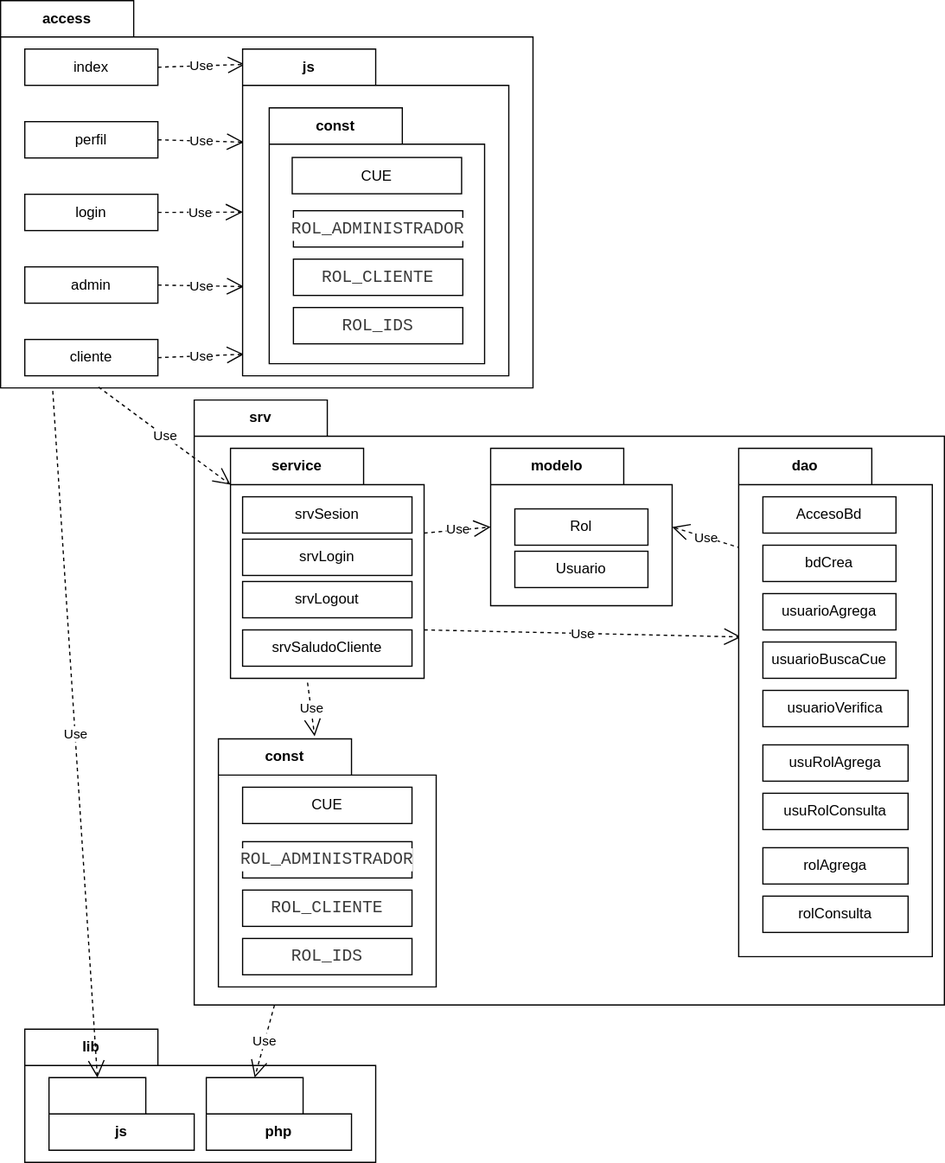
Earlier version of the draw.io export img/m19aut/autpaquetes.drawio.svg (gilpgawoas/gilpgawoas.github.io). Source tidied: cells renumbered, new cells last; positions are measured from the earlier drawing's top-left corner, leaving out a move shared by most shapes. The source it was exported from:
```xml
<mxGraphModel>
  <root>
    <mxCell id="0" />
    <mxCell id="1" parent="0" />
    <mxCell id="2" value="lib" style="shape=folder;fontStyle=1;tabWidth=110;tabHeight=30;tabPosition=left;html=1;boundedLbl=1;labelInHeader=1;whiteSpace=wrap;" parent="1" vertex="1">
      <mxGeometry x="20" y="850" width="290" height="110" as="geometry" />
    </mxCell>
    <mxCell id="3" value="js" style="shape=folder;fontStyle=1;tabWidth=80;tabHeight=30;tabPosition=left;html=1;boundedLbl=1;whiteSpace=wrap;" parent="2" vertex="1">
      <mxGeometry x="20" y="40" width="120" height="60" as="geometry" />
    </mxCell>
    <mxCell id="4" value="php" style="shape=folder;fontStyle=1;tabWidth=80;tabHeight=30;tabPosition=left;html=1;boundedLbl=1;whiteSpace=wrap;" parent="2" vertex="1">
      <mxGeometry x="150" y="40" width="120" height="60" as="geometry" />
    </mxCell>
    <mxCell id="5" value="access" style="shape=folder;fontStyle=1;tabWidth=110;tabHeight=30;tabPosition=left;html=1;boundedLbl=1;labelInHeader=1;whiteSpace=wrap;" parent="1" vertex="1">
      <mxGeometry width="440" height="320" as="geometry" />
    </mxCell>
    <mxCell id="6" value="index" style="html=1;whiteSpace=wrap;" parent="5" vertex="1">
      <mxGeometry width="110" height="30" relative="1" as="geometry">
        <mxPoint x="20" y="40" as="offset" />
      </mxGeometry>
    </mxCell>
    <mxCell id="7" value="perfil" style="html=1;whiteSpace=wrap;" parent="5" vertex="1">
      <mxGeometry width="110" height="30" relative="1" as="geometry">
        <mxPoint x="20" y="100" as="offset" />
      </mxGeometry>
    </mxCell>
    <mxCell id="8" value="login" style="html=1;whiteSpace=wrap;" parent="5" vertex="1">
      <mxGeometry width="110" height="30" relative="1" as="geometry">
        <mxPoint x="20" y="160" as="offset" />
      </mxGeometry>
    </mxCell>
    <mxCell id="9" value="admin" style="html=1;whiteSpace=wrap;" parent="5" vertex="1">
      <mxGeometry width="110" height="30" relative="1" as="geometry">
        <mxPoint x="20" y="220" as="offset" />
      </mxGeometry>
    </mxCell>
    <mxCell id="10" value="cliente" style="html=1;whiteSpace=wrap;" parent="5" vertex="1">
      <mxGeometry width="110" height="30" relative="1" as="geometry">
        <mxPoint x="20" y="280" as="offset" />
      </mxGeometry>
    </mxCell>
    <mxCell id="11" value="Use" style="endArrow=open;endSize=12;dashed=1;html=1;rounded=0;exitX=1;exitY=0.5;exitDx=0;exitDy=0;entryX=0.001;entryY=0.499;entryDx=0;entryDy=0;entryPerimeter=0;" parent="5" edge="1" source="8" target="16">
      <mxGeometry relative="1" as="geometry" />
    </mxCell>
    <mxCell id="12" value="Use" style="endArrow=open;endSize=12;dashed=1;html=1;rounded=0;exitX=1;exitY=0.5;exitDx=0;exitDy=0;entryX=0.005;entryY=0.285;entryDx=0;entryDy=0;entryPerimeter=0;" parent="5" edge="1" source="7" target="16">
      <mxGeometry relative="1" as="geometry" />
    </mxCell>
    <mxCell id="13" value="Use" style="endArrow=open;endSize=12;dashed=1;html=1;rounded=0;exitX=1;exitY=0.5;exitDx=0;exitDy=0;entryX=0.009;entryY=0.047;entryDx=0;entryDy=0;entryPerimeter=0;" parent="5" edge="1" source="6" target="16">
      <mxGeometry relative="1" as="geometry" />
    </mxCell>
    <mxCell id="14" value="Use" style="endArrow=open;endSize=12;dashed=1;html=1;rounded=0;exitX=1;exitY=0.5;exitDx=0;exitDy=0;entryX=0.005;entryY=0.727;entryDx=0;entryDy=0;entryPerimeter=0;" parent="5" edge="1" source="9" target="16">
      <mxGeometry relative="1" as="geometry" />
    </mxCell>
    <mxCell id="15" value="Use" style="endArrow=open;endSize=12;dashed=1;html=1;rounded=0;exitX=1;exitY=0.5;exitDx=0;exitDy=0;entryX=0.005;entryY=0.934;entryDx=0;entryDy=0;entryPerimeter=0;" parent="5" edge="1" source="10" target="16">
      <mxGeometry relative="1" as="geometry" />
    </mxCell>
    <mxCell id="16" value="js" style="shape=folder;fontStyle=1;tabWidth=110;tabHeight=30;tabPosition=left;html=1;boundedLbl=1;labelInHeader=1;whiteSpace=wrap;" parent="5" vertex="1">
      <mxGeometry x="200" y="40" width="220" height="270" as="geometry" />
    </mxCell>
    <mxCell id="17" style="html=1;strokeColor=none;fillColor=none;whiteSpace=wrap;" parent="16" vertex="1">
      <mxGeometry width="165" height="75.6" relative="1" as="geometry">
        <mxPoint y="30" as="offset" />
      </mxGeometry>
    </mxCell>
    <mxCell id="18" value="const" style="shape=folder;fontStyle=1;tabWidth=110;tabHeight=30;tabPosition=left;html=1;boundedLbl=1;labelInHeader=1;whiteSpace=wrap;" parent="16" vertex="1">
      <mxGeometry x="22" y="48.6" width="178" height="211.4" as="geometry" />
    </mxCell>
    <mxCell id="19" value="CUE" style="html=1;whiteSpace=wrap;" parent="18" vertex="1">
      <mxGeometry width="140" height="30" relative="1" as="geometry">
        <mxPoint x="19" y="41" as="offset" />
      </mxGeometry>
    </mxCell>
    <mxCell id="20" value="&lt;div style=&quot;color: rgb(59, 59, 59); background-color: rgb(255, 255, 255); font-family: Consolas, &amp;quot;Courier New&amp;quot;, monospace; font-size: 14px; line-height: 19px;&quot;&gt;ROL_ADMINISTRADOR&lt;/div&gt;" style="html=1;whiteSpace=wrap;" parent="18" vertex="1">
      <mxGeometry width="140" height="30" relative="1" as="geometry">
        <mxPoint x="20" y="85" as="offset" />
      </mxGeometry>
    </mxCell>
    <mxCell id="21" value="&lt;div style=&quot;color: rgb(59, 59, 59); background-color: rgb(255, 255, 255); font-family: Consolas, &amp;quot;Courier New&amp;quot;, monospace; font-size: 14px; line-height: 19px;&quot;&gt;ROL_CLIENTE&lt;/div&gt;" style="html=1;whiteSpace=wrap;" parent="18" vertex="1">
      <mxGeometry width="140" height="30" relative="1" as="geometry">
        <mxPoint x="20" y="125" as="offset" />
      </mxGeometry>
    </mxCell>
    <mxCell id="22" value="&lt;div style=&quot;color: rgb(59, 59, 59); background-color: rgb(255, 255, 255); font-family: Consolas, &amp;quot;Courier New&amp;quot;, monospace; font-size: 14px; line-height: 19px;&quot;&gt;&lt;div style=&quot;line-height: 19px;&quot;&gt;ROL_IDS&lt;/div&gt;&lt;/div&gt;" style="html=1;whiteSpace=wrap;" parent="18" vertex="1">
      <mxGeometry width="140" height="30" relative="1" as="geometry">
        <mxPoint x="20" y="165" as="offset" />
      </mxGeometry>
    </mxCell>
    <mxCell id="23" value="srv" style="shape=folder;fontStyle=1;tabWidth=110;tabHeight=30;tabPosition=left;html=1;boundedLbl=1;labelInHeader=1;whiteSpace=wrap;" parent="1" vertex="1">
      <mxGeometry x="160" y="330" width="620" height="500" as="geometry" />
    </mxCell>
    <mxCell id="24" value="service" style="shape=folder;fontStyle=1;tabWidth=110;tabHeight=30;tabPosition=left;html=1;boundedLbl=1;labelInHeader=1;whiteSpace=wrap;" parent="23" vertex="1">
      <mxGeometry x="30" y="40" width="160" height="190" as="geometry" />
    </mxCell>
    <mxCell id="25" value="srvSesion" style="html=1;whiteSpace=wrap;" parent="24" vertex="1">
      <mxGeometry width="140" height="30" relative="1" as="geometry">
        <mxPoint x="10" y="40" as="offset" />
      </mxGeometry>
    </mxCell>
    <mxCell id="26" value="srvLogin" style="html=1;whiteSpace=wrap;" parent="24" vertex="1">
      <mxGeometry width="140" height="30" relative="1" as="geometry">
        <mxPoint x="10" y="75" as="offset" />
      </mxGeometry>
    </mxCell>
    <mxCell id="27" value="srvLogout" style="html=1;whiteSpace=wrap;" parent="24" vertex="1">
      <mxGeometry width="140" height="30" relative="1" as="geometry">
        <mxPoint x="10" y="110" as="offset" />
      </mxGeometry>
    </mxCell>
    <mxCell id="28" value="srvSaludoCliente" style="html=1;whiteSpace=wrap;" parent="24" vertex="1">
      <mxGeometry width="140" height="30" relative="1" as="geometry">
        <mxPoint x="10" y="150" as="offset" />
      </mxGeometry>
    </mxCell>
    <mxCell id="29" value="modelo" style="shape=folder;fontStyle=1;tabWidth=110;tabHeight=30;tabPosition=left;html=1;boundedLbl=1;labelInHeader=1;whiteSpace=wrap;" parent="23" vertex="1">
      <mxGeometry x="245" y="40" width="150" height="130" as="geometry" />
    </mxCell>
    <mxCell id="30" value="Rol" style="html=1;whiteSpace=wrap;" parent="29" vertex="1">
      <mxGeometry width="110" height="30" relative="1" as="geometry">
        <mxPoint x="20" y="50" as="offset" />
      </mxGeometry>
    </mxCell>
    <mxCell id="31" value="Usuario" style="html=1;whiteSpace=wrap;" parent="29" vertex="1">
      <mxGeometry width="110" height="30" relative="1" as="geometry">
        <mxPoint x="20" y="85" as="offset" />
      </mxGeometry>
    </mxCell>
    <mxCell id="32" value="Use" style="endArrow=open;endSize=12;dashed=1;html=1;rounded=0;entryX=0;entryY=0;entryDx=150;entryDy=65;entryPerimeter=0;exitX=0.011;exitY=0.196;exitDx=0;exitDy=0;exitPerimeter=0;" parent="23" edge="1" source="35" target="29">
      <mxGeometry relative="1" as="geometry" />
    </mxCell>
    <mxCell id="33" value="Use" style="endArrow=open;endSize=12;dashed=1;html=1;rounded=0;entryX=0;entryY=0;entryDx=0;entryDy=65;entryPerimeter=0;exitX=0;exitY=0;exitDx=160;exitDy=70;exitPerimeter=0;" parent="23" edge="1" source="24" target="29">
      <mxGeometry relative="1" as="geometry" />
    </mxCell>
    <mxCell id="34" value="Use" style="endArrow=open;endSize=12;dashed=1;html=1;rounded=0;entryX=0.013;entryY=0.371;entryDx=0;entryDy=0;entryPerimeter=0;exitX=0;exitY=0;exitDx=160;exitDy=150;exitPerimeter=0;" parent="23" edge="1" source="24" target="35">
      <mxGeometry relative="1" as="geometry" />
    </mxCell>
    <mxCell id="35" value="dao" style="shape=folder;fontStyle=1;tabWidth=110;tabHeight=30;tabPosition=left;html=1;boundedLbl=1;labelInHeader=1;whiteSpace=wrap;" parent="23" vertex="1">
      <mxGeometry x="450" y="40" width="160" height="420" as="geometry" />
    </mxCell>
    <mxCell id="36" value="AccesoBd" style="html=1;whiteSpace=wrap;" parent="35" vertex="1">
      <mxGeometry width="110" height="30" relative="1" as="geometry">
        <mxPoint x="20" y="40" as="offset" />
      </mxGeometry>
    </mxCell>
    <mxCell id="37" value="bdCrea" style="html=1;whiteSpace=wrap;" parent="35" vertex="1">
      <mxGeometry width="110" height="30" relative="1" as="geometry">
        <mxPoint x="20" y="80" as="offset" />
      </mxGeometry>
    </mxCell>
    <mxCell id="38" value="usuarioAgrega" style="html=1;whiteSpace=wrap;" parent="35" vertex="1">
      <mxGeometry width="110" height="30" relative="1" as="geometry">
        <mxPoint x="20" y="120" as="offset" />
      </mxGeometry>
    </mxCell>
    <mxCell id="39" value="usuarioBuscaCue" style="html=1;whiteSpace=wrap;" parent="35" vertex="1">
      <mxGeometry width="110" height="30" relative="1" as="geometry">
        <mxPoint x="20" y="160" as="offset" />
      </mxGeometry>
    </mxCell>
    <mxCell id="40" value="usuarioVerifica" style="html=1;whiteSpace=wrap;" parent="35" vertex="1">
      <mxGeometry width="120" height="30" relative="1" as="geometry">
        <mxPoint x="20" y="200" as="offset" />
      </mxGeometry>
    </mxCell>
    <mxCell id="41" value="rolAgrega" style="html=1;whiteSpace=wrap;" parent="35" vertex="1">
      <mxGeometry width="120" height="30" relative="1" as="geometry">
        <mxPoint x="20" y="330" as="offset" />
      </mxGeometry>
    </mxCell>
    <mxCell id="42" value="rolConsulta" style="html=1;whiteSpace=wrap;" parent="35" vertex="1">
      <mxGeometry width="120" height="30" relative="1" as="geometry">
        <mxPoint x="20" y="370" as="offset" />
      </mxGeometry>
    </mxCell>
    <mxCell id="43" value="usuRolAgrega" style="html=1;whiteSpace=wrap;" parent="35" vertex="1">
      <mxGeometry width="120" height="30" relative="1" as="geometry">
        <mxPoint x="20" y="245" as="offset" />
      </mxGeometry>
    </mxCell>
    <mxCell id="44" value="usuRolConsulta" style="html=1;whiteSpace=wrap;" parent="35" vertex="1">
      <mxGeometry width="120" height="30" relative="1" as="geometry">
        <mxPoint x="20" y="285" as="offset" />
      </mxGeometry>
    </mxCell>
    <mxCell id="45" value="const" style="shape=folder;fontStyle=1;tabWidth=110;tabHeight=30;tabPosition=left;html=1;boundedLbl=1;labelInHeader=1;whiteSpace=wrap;" parent="23" vertex="1">
      <mxGeometry x="20" y="280" width="180" height="205" as="geometry" />
    </mxCell>
    <mxCell id="46" value="CUE" style="html=1;whiteSpace=wrap;" parent="45" vertex="1">
      <mxGeometry width="140" height="30" relative="1" as="geometry">
        <mxPoint x="20" y="40" as="offset" />
      </mxGeometry>
    </mxCell>
    <mxCell id="47" value="&lt;div style=&quot;color: rgb(59, 59, 59); background-color: rgb(255, 255, 255); font-family: Consolas, &amp;quot;Courier New&amp;quot;, monospace; font-size: 14px; line-height: 19px;&quot;&gt;ROL_ADMINISTRADOR&lt;/div&gt;" style="html=1;whiteSpace=wrap;" parent="45" vertex="1">
      <mxGeometry width="140" height="30" relative="1" as="geometry">
        <mxPoint x="20" y="85" as="offset" />
      </mxGeometry>
    </mxCell>
    <mxCell id="48" value="&lt;div style=&quot;color: rgb(59, 59, 59); background-color: rgb(255, 255, 255); font-family: Consolas, &amp;quot;Courier New&amp;quot;, monospace; font-size: 14px; line-height: 19px;&quot;&gt;ROL_CLIENTE&lt;/div&gt;" style="html=1;whiteSpace=wrap;" parent="45" vertex="1">
      <mxGeometry width="140" height="30" relative="1" as="geometry">
        <mxPoint x="20" y="125" as="offset" />
      </mxGeometry>
    </mxCell>
    <mxCell id="49" value="&lt;div style=&quot;color: rgb(59, 59, 59); background-color: rgb(255, 255, 255); font-family: Consolas, &amp;quot;Courier New&amp;quot;, monospace; font-size: 14px; line-height: 19px;&quot;&gt;&lt;div style=&quot;line-height: 19px;&quot;&gt;ROL_IDS&lt;/div&gt;&lt;/div&gt;" style="html=1;whiteSpace=wrap;" parent="45" vertex="1">
      <mxGeometry width="140" height="30" relative="1" as="geometry">
        <mxPoint x="20" y="165" as="offset" />
      </mxGeometry>
    </mxCell>
    <mxCell id="50" value="Use" style="endArrow=open;endSize=12;dashed=1;html=1;rounded=0;exitX=0.398;exitY=1.019;exitDx=0;exitDy=0;exitPerimeter=0;entryX=0.442;entryY=-0.01;entryDx=0;entryDy=0;entryPerimeter=0;" parent="23" edge="1" source="24" target="45">
      <mxGeometry relative="1" as="geometry" />
    </mxCell>
    <mxCell id="51" value="Use" style="endArrow=open;endSize=12;dashed=1;html=1;rounded=0;exitX=0.184;exitY=0.998;exitDx=0;exitDy=0;exitPerimeter=0;entryX=0;entryY=0;entryDx=0;entryDy=30;entryPerimeter=0;" parent="1" edge="1" source="5" target="24">
      <mxGeometry relative="1" as="geometry" />
    </mxCell>
    <mxCell id="52" value="Use" style="endArrow=open;endSize=12;dashed=1;html=1;rounded=0;entryX=0;entryY=0;entryDx=40;entryDy=0;entryPerimeter=0;exitX=0.098;exitY=1.008;exitDx=0;exitDy=0;exitPerimeter=0;" parent="1" edge="1" source="5" target="3">
      <mxGeometry relative="1" as="geometry" />
    </mxCell>
    <mxCell id="53" value="Use" style="endArrow=open;endSize=12;dashed=1;html=1;rounded=0;entryX=0;entryY=0;entryDx=40;entryDy=0;entryPerimeter=0;exitX=0.107;exitY=1;exitDx=0;exitDy=0;exitPerimeter=0;" parent="1" edge="1" source="23" target="4">
      <mxGeometry relative="1" as="geometry" />
    </mxCell>
  </root>
</mxGraphModel>
```
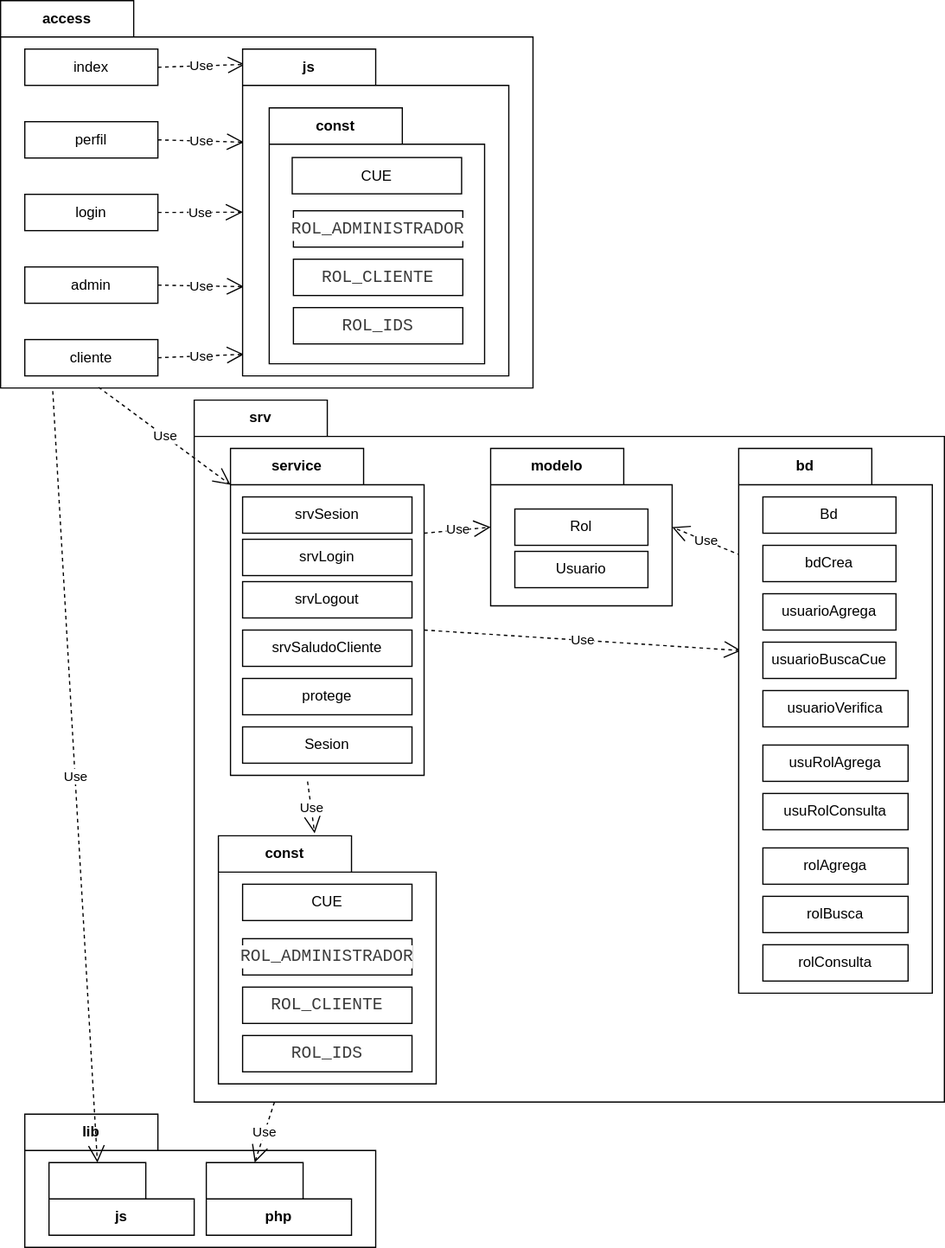
Above is the later version.

The edit, as a diff of the source:
```diff
@@ -3,7 +3,7 @@
     <mxCell id="0" />
     <mxCell id="1" parent="0" />
     <mxCell id="2" value="lib" style="shape=folder;fontStyle=1;tabWidth=110;tabHeight=30;tabPosition=left;html=1;boundedLbl=1;labelInHeader=1;whiteSpace=wrap;" parent="1" vertex="1">
-      <mxGeometry x="20" y="850" width="290" height="110" as="geometry" />
+      <mxGeometry x="20" y="920" width="290" height="110" as="geometry" />
     </mxCell>
     <mxCell id="3" value="js" style="shape=folder;fontStyle=1;tabWidth=80;tabHeight=30;tabPosition=left;html=1;boundedLbl=1;whiteSpace=wrap;" parent="2" vertex="1">
       <mxGeometry x="20" y="40" width="120" height="60" as="geometry" />
@@ -86,10 +86,10 @@
       </mxGeometry>
     </mxCell>
     <mxCell id="23" value="srv" style="shape=folder;fontStyle=1;tabWidth=110;tabHeight=30;tabPosition=left;html=1;boundedLbl=1;labelInHeader=1;whiteSpace=wrap;" parent="1" vertex="1">
-      <mxGeometry x="160" y="330" width="620" height="500" as="geometry" />
+      <mxGeometry x="160" y="330" width="620" height="580" as="geometry" />
     </mxCell>
     <mxCell id="24" value="service" style="shape=folder;fontStyle=1;tabWidth=110;tabHeight=30;tabPosition=left;html=1;boundedLbl=1;labelInHeader=1;whiteSpace=wrap;" parent="23" vertex="1">
-      <mxGeometry x="30" y="40" width="160" height="190" as="geometry" />
+      <mxGeometry x="30" y="40" width="160" height="270" as="geometry" />
     </mxCell>
     <mxCell id="25" value="srvSesion" style="html=1;whiteSpace=wrap;" parent="24" vertex="1">
       <mxGeometry width="140" height="30" relative="1" as="geometry">
@@ -111,6 +111,12 @@
         <mxPoint x="10" y="150" as="offset" />
       </mxGeometry>
     </mxCell>
+    <mxCell id="54" value="protege" style="html=1;whiteSpace=wrap;" parent="24" vertex="1">
+      <mxGeometry x="10" y="190" width="140" height="30" as="geometry" />
+    </mxCell>
+    <mxCell id="55" value="Sesion" style="html=1;whiteSpace=wrap;" parent="24" vertex="1">
+      <mxGeometry x="10" y="230" width="140" height="30" as="geometry" />
+    </mxCell>
     <mxCell id="29" value="modelo" style="shape=folder;fontStyle=1;tabWidth=110;tabHeight=30;tabPosition=left;html=1;boundedLbl=1;labelInHeader=1;whiteSpace=wrap;" parent="23" vertex="1">
       <mxGeometry x="245" y="40" width="150" height="130" as="geometry" />
     </mxCell>
@@ -133,10 +139,10 @@
     <mxCell id="34" value="Use" style="endArrow=open;endSize=12;dashed=1;html=1;rounded=0;entryX=0.013;entryY=0.371;entryDx=0;entryDy=0;entryPerimeter=0;exitX=0;exitY=0;exitDx=160;exitDy=150;exitPerimeter=0;" parent="23" edge="1" source="24" target="35">
       <mxGeometry relative="1" as="geometry" />
     </mxCell>
-    <mxCell id="35" value="dao" style="shape=folder;fontStyle=1;tabWidth=110;tabHeight=30;tabPosition=left;html=1;boundedLbl=1;labelInHeader=1;whiteSpace=wrap;" parent="23" vertex="1">
-      <mxGeometry x="450" y="40" width="160" height="420" as="geometry" />
+    <mxCell id="35" value="bd" style="shape=folder;fontStyle=1;tabWidth=110;tabHeight=30;tabPosition=left;html=1;boundedLbl=1;labelInHeader=1;whiteSpace=wrap;" parent="23" vertex="1">
+      <mxGeometry x="450" y="40" width="160" height="450" as="geometry" />
     </mxCell>
-    <mxCell id="36" value="AccesoBd" style="html=1;whiteSpace=wrap;" parent="35" vertex="1">
+    <mxCell id="36" value="Bd" style="html=1;whiteSpace=wrap;" parent="35" vertex="1">
       <mxGeometry width="110" height="30" relative="1" as="geometry">
         <mxPoint x="20" y="40" as="offset" />
       </mxGeometry>
@@ -168,7 +174,7 @@
     </mxCell>
     <mxCell id="42" value="rolConsulta" style="html=1;whiteSpace=wrap;" parent="35" vertex="1">
       <mxGeometry width="120" height="30" relative="1" as="geometry">
-        <mxPoint x="20" y="370" as="offset" />
+        <mxPoint x="20" y="410" as="offset" />
       </mxGeometry>
     </mxCell>
     <mxCell id="43" value="usuRolAgrega" style="html=1;whiteSpace=wrap;" parent="35" vertex="1">
@@ -181,8 +187,11 @@
         <mxPoint x="20" y="285" as="offset" />
       </mxGeometry>
     </mxCell>
+    <mxCell id="56" value="rolBusca" style="html=1;whiteSpace=wrap;" parent="35" vertex="1">
+      <mxGeometry x="20" y="370" width="120" height="30" as="geometry" />
+    </mxCell>
     <mxCell id="45" value="const" style="shape=folder;fontStyle=1;tabWidth=110;tabHeight=30;tabPosition=left;html=1;boundedLbl=1;labelInHeader=1;whiteSpace=wrap;" parent="23" vertex="1">
-      <mxGeometry x="20" y="280" width="180" height="205" as="geometry" />
+      <mxGeometry x="20" y="360" width="180" height="205" as="geometry" />
     </mxCell>
     <mxCell id="46" value="CUE" style="html=1;whiteSpace=wrap;" parent="45" vertex="1">
       <mxGeometry width="140" height="30" relative="1" as="geometry">
```
